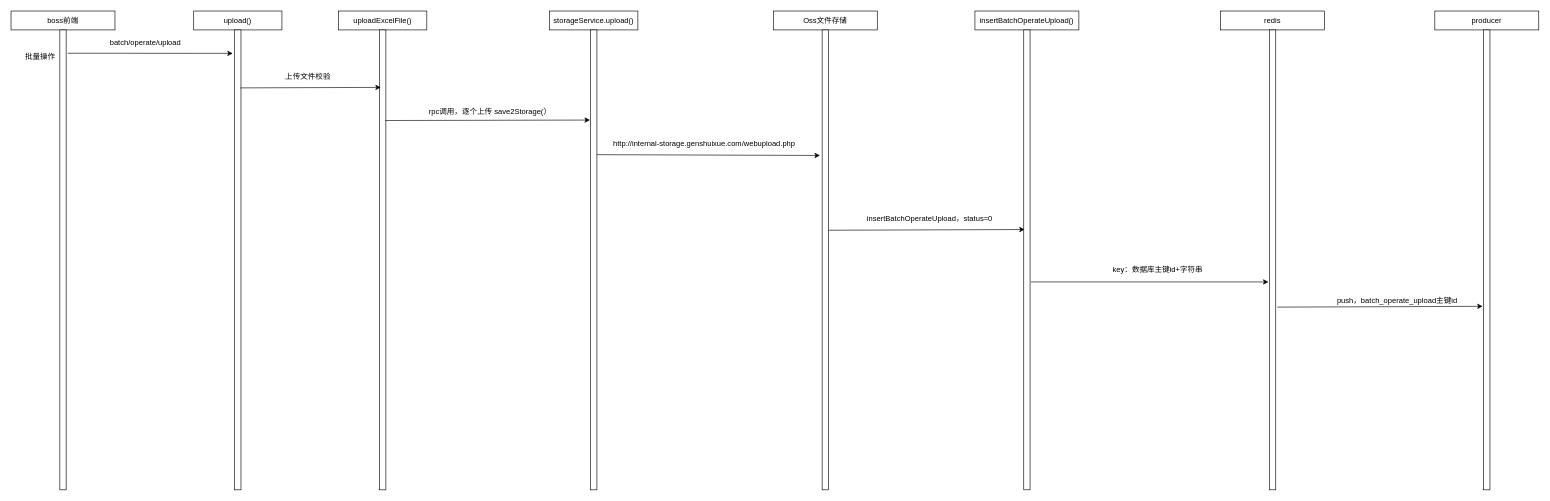
mirai3zZ/mojito keeps this draw.io diagram as batch_operate2.0time-return.drawio. Above is the earlier version. Source tidied: cells renumbered, new cells numbered last; positions are measured from the earlier drawing's top-left corner, leaving out a move shared by most shapes. Both pictures are drawn from the tidied source at 63%, with x=0, y=0 at pixel (11, 11).
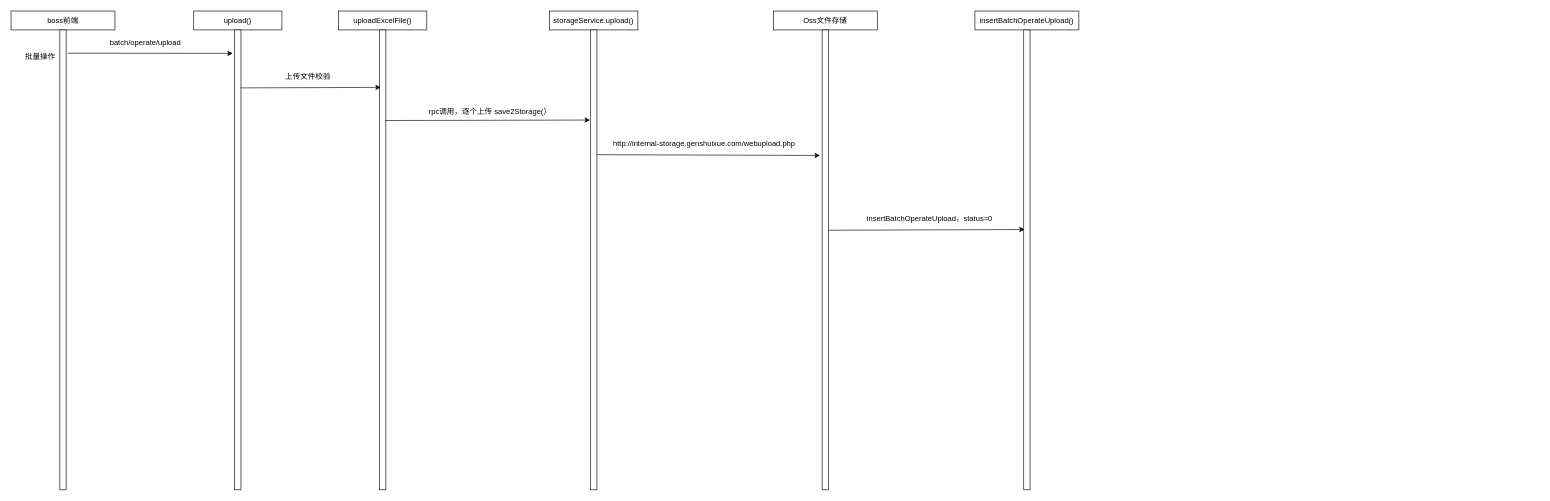
Above is the later version.

What changed in the source:
```diff
@@
-    <mxCell id="25" value="redis" style="rounded=0;whiteSpace=wrap;html=1;" parent="1" vertex="1">
-      <mxGeometry x="1920" width="165" height="30" as="geometry" />
-    </mxCell>
-    <mxCell id="26" style="rounded=0;whiteSpace=wrap;html=1;" parent="1" vertex="1">
-      <mxGeometry x="1997.5" y="30" width="10" height="730" as="geometry" />
-    </mxCell>
-    <mxCell id="27" style="endArrow=classic;html=1;" parent="1" edge="1">
-      <mxGeometry relative="1" as="geometry">
-        <mxPoint x="1619" y="430" as="sourcePoint" />
-        <mxPoint x="1996" y="430" as="targetPoint" />
-      </mxGeometry>
-    </mxCell>
-    <mxCell id="28" value="key：数据库主键id+字符串" style="text;html=1;align=center;verticalAlign=middle;" parent="1" vertex="1">
-      <mxGeometry x="1740" y="400" width="160" height="20" as="geometry" />
-    </mxCell>
-    <mxCell id="29" value="producer" style="rounded=0;whiteSpace=wrap;html=1;" parent="1" vertex="1">
-      <mxGeometry x="2260" width="165" height="30" as="geometry" />
-    </mxCell>
-    <mxCell id="30" style="rounded=0;whiteSpace=wrap;html=1;" parent="1" vertex="1">
-      <mxGeometry x="2337.5" y="30" width="10" height="730" as="geometry" />
-    </mxCell>
-    <mxCell id="31" style="endArrow=classic;html=1;entryX=-0.15;entryY=0.601;entryDx=0;entryDy=0;entryPerimeter=0;" parent="1" edge="1" target="30">
-      <mxGeometry relative="1" as="geometry">
-        <mxPoint x="2010" y="470" as="sourcePoint" />
-      </mxGeometry>
-    </mxCell>
-    <mxCell id="32" value="push，batch_operate_upload主键id" style="text;html=1;align=center;verticalAlign=middle;" parent="1" vertex="1">
-      <mxGeometry x="2095" y="450" width="210" height="20" as="geometry" />
-    </mxCell>
```
